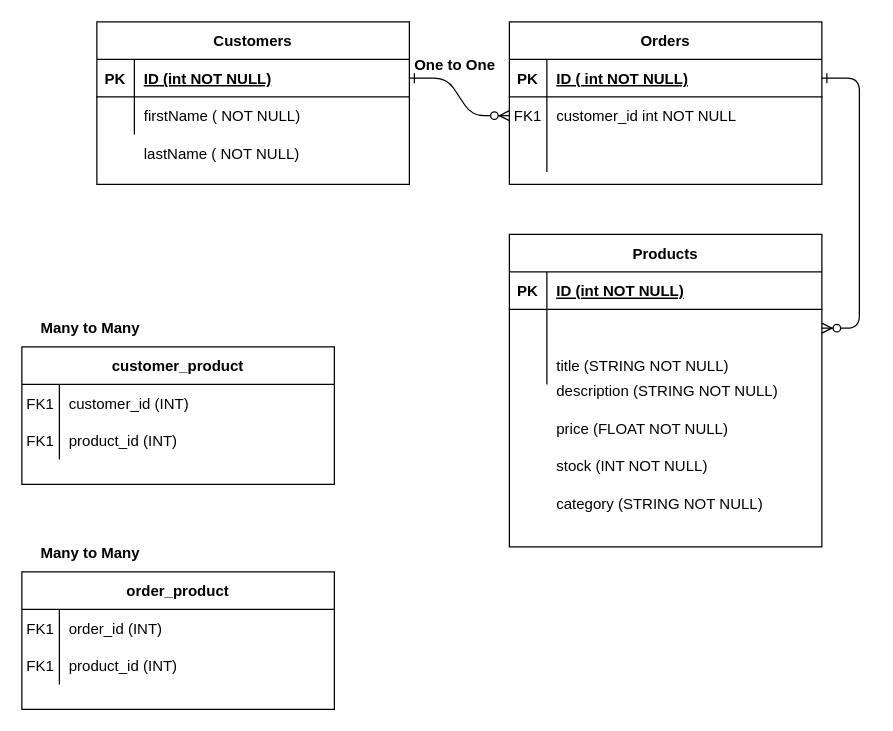
Before: planning/logical_models.drawio in popo26/Inventory, a draw.io diagram. Source tidied: cells renumbered, new cells numbered last; positions are measured from the earlier drawing's top-left corner, leaving out a move shared by most shapes. Both pictures are drawn from the tidied source at 125%, with x=0, y=0 at pixel (21, 21).
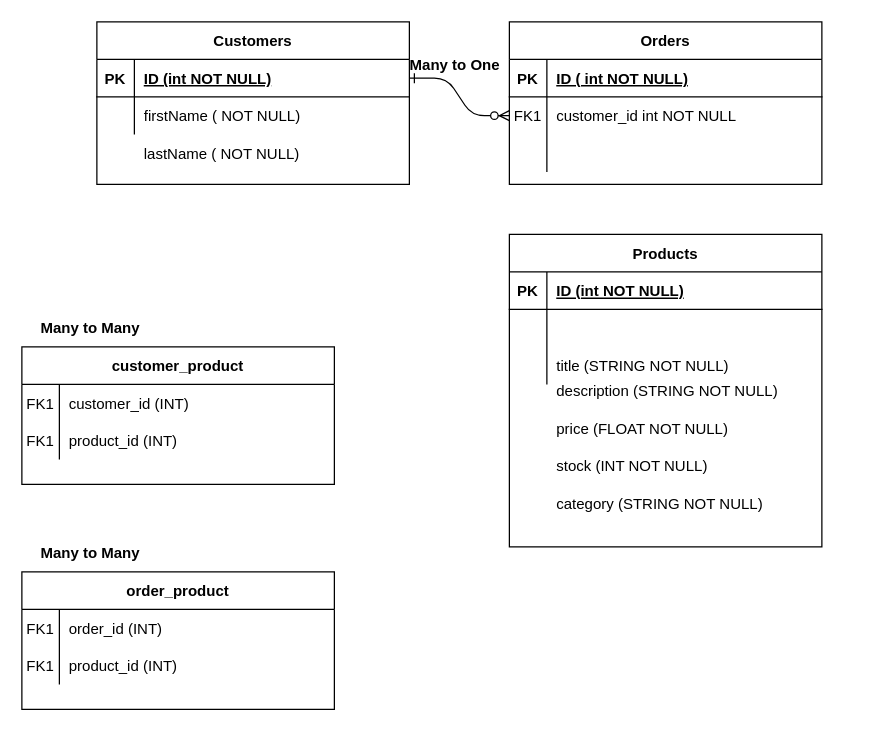
Above is the later version.

Unchanged cells that the change refers to:
```xml
<mxCell id="5" style="shape=partialRectangle;fillColor=none;points=[[0,0.5],[1,0.5]];portConstraint=eastwest;top=0;left=0;right=0;bottom=1;" parent="4" vertex="1">
  <mxGeometry y="30" width="250" height="30" as="geometry" />
</mxCell>
<mxCell id="18" style="shape=partialRectangle;fillColor=none;points=[[0,0.5],[1,0.5]];portConstraint=eastwest;top=0;left=0;right=0;bottom=0;" parent="14" vertex="1">
  <mxGeometry y="60" width="250" height="30" as="geometry" />
</mxCell>
```

The edit, as a diff of the source:
```diff
@@
-    <mxCell id="3" style="edgeStyle=entityRelationEdgeStyle;endArrow=ERzeroToMany;startArrow=ERone;endFill=1;startFill=0;" parent="1" edge="1" source="5" target="18">
-      <mxGeometry relative="1" as="geometry" />
-    </mxCell>
@@
-    <mxCell id="56" value="&lt;b&gt;&amp;nbsp;One to One&lt;/b&gt;" style="text;strokeColor=none;align=center;fillColor=none;html=1;verticalAlign=middle;whiteSpace=wrap;rounded=0;" parent="1" vertex="1">
+    <mxCell id="56" value="&lt;b&gt;&amp;nbsp;Many to One&lt;/b&gt;" style="text;strokeColor=none;align=center;fillColor=none;html=1;verticalAlign=middle;whiteSpace=wrap;rounded=0;" parent="1" vertex="1">
       <mxGeometry x="290" y="20" width="110" height="30" as="geometry" />
     </mxCell>
```
